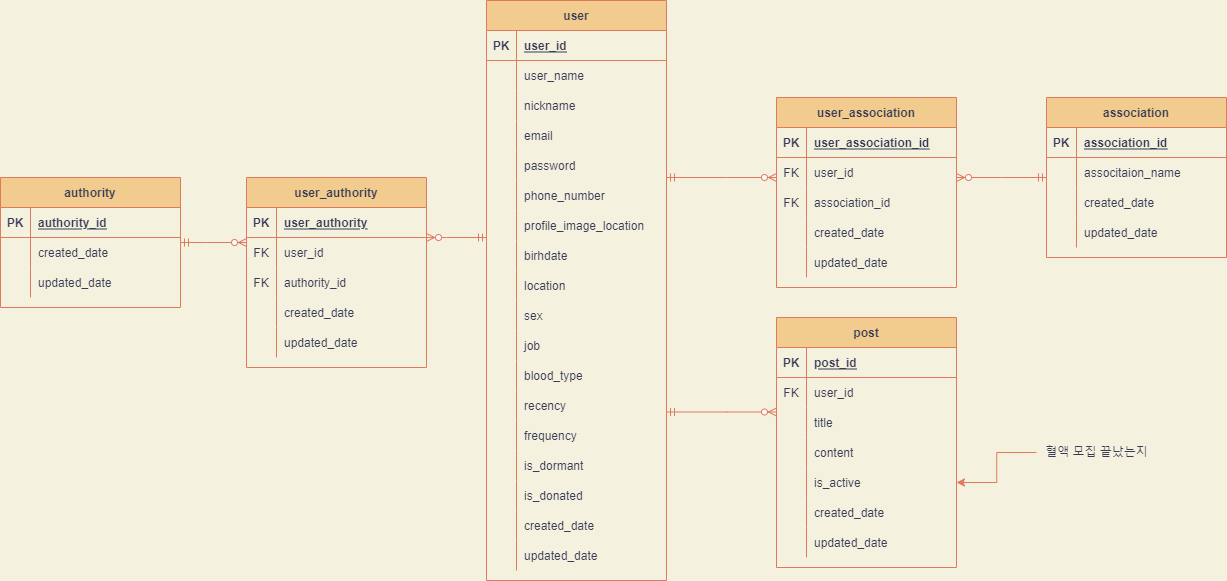
The draw.io diagram Untitled Diagram.drawio.png in CYC0227/lab, before a commit. Source tidied: cells renumbered, new cells last; positions are measured from the earlier drawing's top-left corner, leaving out a move shared by most shapes.
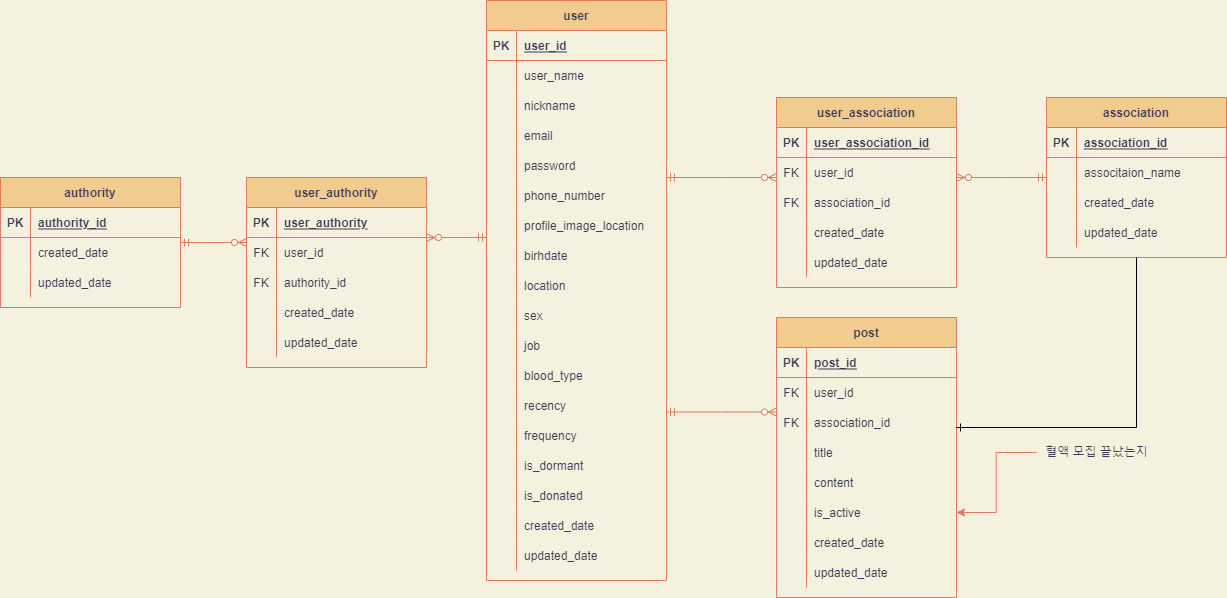
After the change.

The edit, as a diff of the source:
```diff
@@ -270,7 +270,7 @@
       </mxGeometry>
     </mxCell>
     <mxCell id="88" value="post" style="shape=table;startSize=30;rowLines=0;fontStyle=1;align=center;fillColor=#F2CC8F;strokeColor=#E07A5F;fontColor=#393C56;" parent="1" vertex="1">
-      <mxGeometry x="776" y="317" width="180" height="250" as="geometry" />
+      <mxGeometry x="776" y="317" width="180" height="280" as="geometry" />
     </mxCell>
     <mxCell id="89" style="shape=partialRectangle;fillColor=none;top=0;left=0;bottom=1;right=0;strokeColor=#E07A5F;fontColor=#393C56;" parent="88" vertex="1">
       <mxGeometry y="30" width="180" height="30" as="geometry" />
@@ -290,8 +290,17 @@
     <mxCell id="94" value="user_id" style="shape=partialRectangle;fillColor=none;top=0;left=0;bottom=0;right=0;align=left;spacingLeft=6;overflow=hidden;strokeColor=#E07A5F;fontColor=#393C56;" parent="92" vertex="1">
       <mxGeometry x="30" width="150" height="30" as="geometry" />
     </mxCell>
+    <mxCell id="141" style="shape=partialRectangle;fillColor=none;top=0;left=0;bottom=0;right=0;strokeColor=#E07A5F;fontColor=#393C56;" parent="88" vertex="1">
+      <mxGeometry y="90" width="180" height="30" as="geometry" />
+    </mxCell>
+    <mxCell id="142" value="FK" style="shape=partialRectangle;fillColor=none;top=0;left=0;bottom=0;right=0;overflow=hidden;strokeColor=#E07A5F;fontColor=#393C56;" parent="141" vertex="1">
+      <mxGeometry width="30" height="30" as="geometry" />
+    </mxCell>
+    <mxCell id="143" value="association_id" style="shape=partialRectangle;fillColor=none;top=0;left=0;bottom=0;right=0;align=left;spacingLeft=6;overflow=hidden;strokeColor=#E07A5F;fontColor=#393C56;" parent="141" vertex="1">
+      <mxGeometry x="30" width="150" height="30" as="geometry" />
+    </mxCell>
     <mxCell id="95" style="shape=partialRectangle;fillColor=none;top=0;left=0;bottom=0;right=0;strokeColor=#E07A5F;fontColor=#393C56;" parent="88" vertex="1">
-      <mxGeometry y="90" width="180" height="30" as="geometry" />
+      <mxGeometry y="120" width="180" height="30" as="geometry" />
     </mxCell>
     <mxCell id="96" style="shape=partialRectangle;fillColor=none;top=0;left=0;bottom=0;right=0;overflow=hidden;strokeColor=#E07A5F;fontColor=#393C56;" parent="95" vertex="1">
       <mxGeometry width="30" height="30" as="geometry" />
@@ -300,7 +309,7 @@
       <mxGeometry x="30" width="150" height="30" as="geometry" />
     </mxCell>
     <mxCell id="98" style="shape=partialRectangle;fillColor=none;top=0;left=0;bottom=0;right=0;strokeColor=#E07A5F;fontColor=#393C56;" parent="88" vertex="1">
-      <mxGeometry y="120" width="180" height="30" as="geometry" />
+      <mxGeometry y="150" width="180" height="30" as="geometry" />
     </mxCell>
     <mxCell id="99" style="shape=partialRectangle;fillColor=none;top=0;left=0;bottom=0;right=0;overflow=hidden;strokeColor=#E07A5F;fontColor=#393C56;" parent="98" vertex="1">
       <mxGeometry width="30" height="30" as="geometry" />
@@ -309,7 +318,7 @@
       <mxGeometry x="30" width="150" height="30" as="geometry" />
     </mxCell>
     <mxCell id="101" style="shape=partialRectangle;fillColor=none;top=0;left=0;bottom=0;right=0;points=[[0,0.5],[1,0.5]];portConstraint=eastwest;strokeColor=#E07A5F;fontColor=#393C56;" parent="88" vertex="1">
-      <mxGeometry y="150" width="180" height="30" as="geometry" />
+      <mxGeometry y="180" width="180" height="30" as="geometry" />
     </mxCell>
     <mxCell id="102" style="shape=partialRectangle;fillColor=none;top=0;left=0;bottom=0;right=0;overflow=hidden;strokeColor=#E07A5F;fontColor=#393C56;" parent="101" vertex="1">
       <mxGeometry width="30" height="30" as="geometry" />
@@ -318,7 +327,7 @@
       <mxGeometry x="30" width="150" height="30" as="geometry" />
     </mxCell>
     <mxCell id="104" style="shape=partialRectangle;fillColor=none;top=0;left=0;bottom=0;right=0;strokeColor=#E07A5F;fontColor=#393C56;" parent="88" vertex="1">
-      <mxGeometry y="180" width="180" height="30" as="geometry" />
+      <mxGeometry y="210" width="180" height="30" as="geometry" />
     </mxCell>
     <mxCell id="105" style="shape=partialRectangle;fillColor=none;top=0;left=0;bottom=0;right=0;overflow=hidden;strokeColor=#E07A5F;fontColor=#393C56;" parent="104" vertex="1">
       <mxGeometry width="30" height="30" as="geometry" />
@@ -327,7 +336,7 @@
       <mxGeometry x="30" width="150" height="30" as="geometry" />
     </mxCell>
     <mxCell id="107" style="shape=partialRectangle;fillColor=none;top=0;left=0;bottom=0;right=0;strokeColor=#E07A5F;fontColor=#393C56;" parent="88" vertex="1">
-      <mxGeometry y="210" width="180" height="30" as="geometry" />
+      <mxGeometry y="240" width="180" height="30" as="geometry" />
     </mxCell>
     <mxCell id="108" style="shape=partialRectangle;fillColor=none;top=0;left=0;bottom=0;right=0;overflow=hidden;strokeColor=#E07A5F;fontColor=#393C56;" parent="107" vertex="1">
       <mxGeometry width="30" height="30" as="geometry" />
@@ -448,5 +457,14 @@
         </Array>
       </mxGeometry>
     </mxCell>
+    <mxCell id="144" style="edgeStyle=elbowEdgeStyle;fontSize=12;html=1;endArrow=ERone;endFill=1;rounded=0;elbow=vertical;" parent="1" edge="1" source="57" target="88">
+      <mxGeometry relative="1" as="geometry">
+        <Array as="points">
+          <mxPoint x="1136" y="427" />
+          <mxPoint x="1066" y="407" />
+          <mxPoint x="1146" y="377" />
+        </Array>
+      </mxGeometry>
+    </mxCell>
   </root>
 </mxGraphModel>
```
